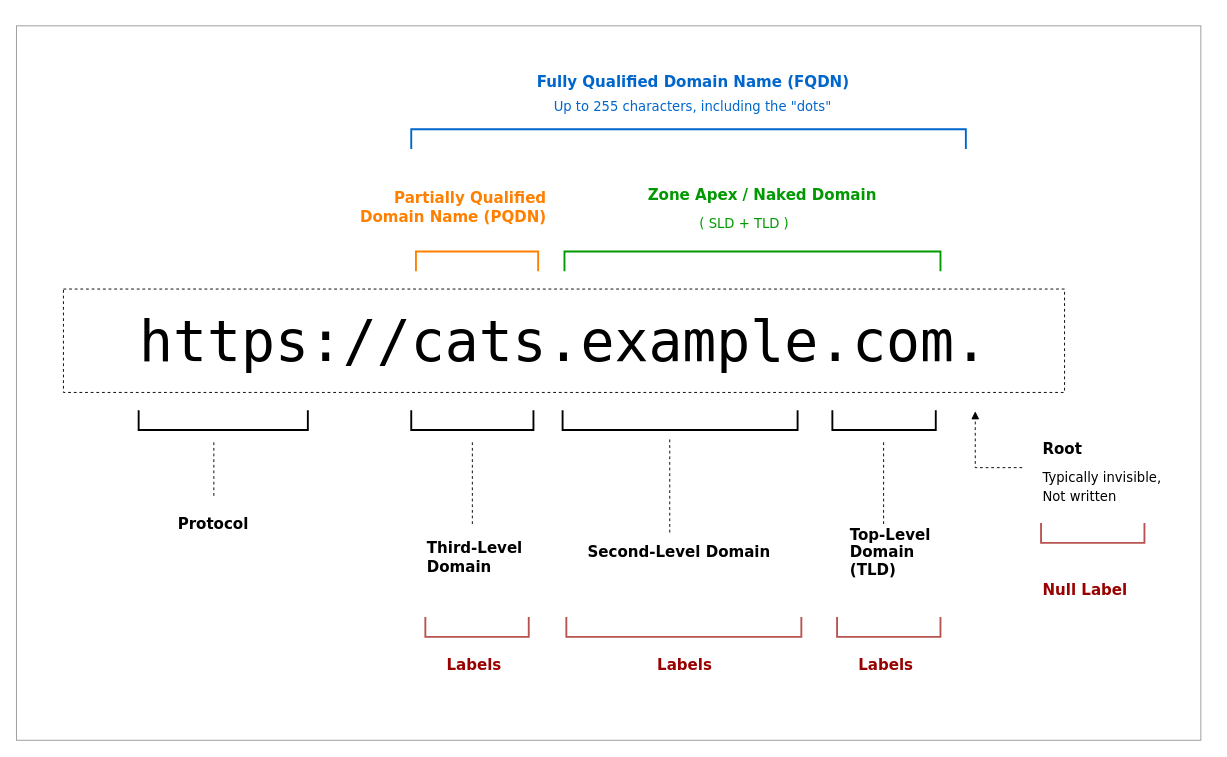
Above: page "basics-dns" (10 of 18) of assets/drawio/all-things-network.drawio in joseeden/joeden (draw.io), before the change. Source tidied: cells renumbered, new cells numbered last; positions are measured from the earlier drawing's top-left corner, leaving out a move shared by most shapes. Both pictures are drawn from the tidied source at 94%, with x=0, y=0 at pixel (16, 25).
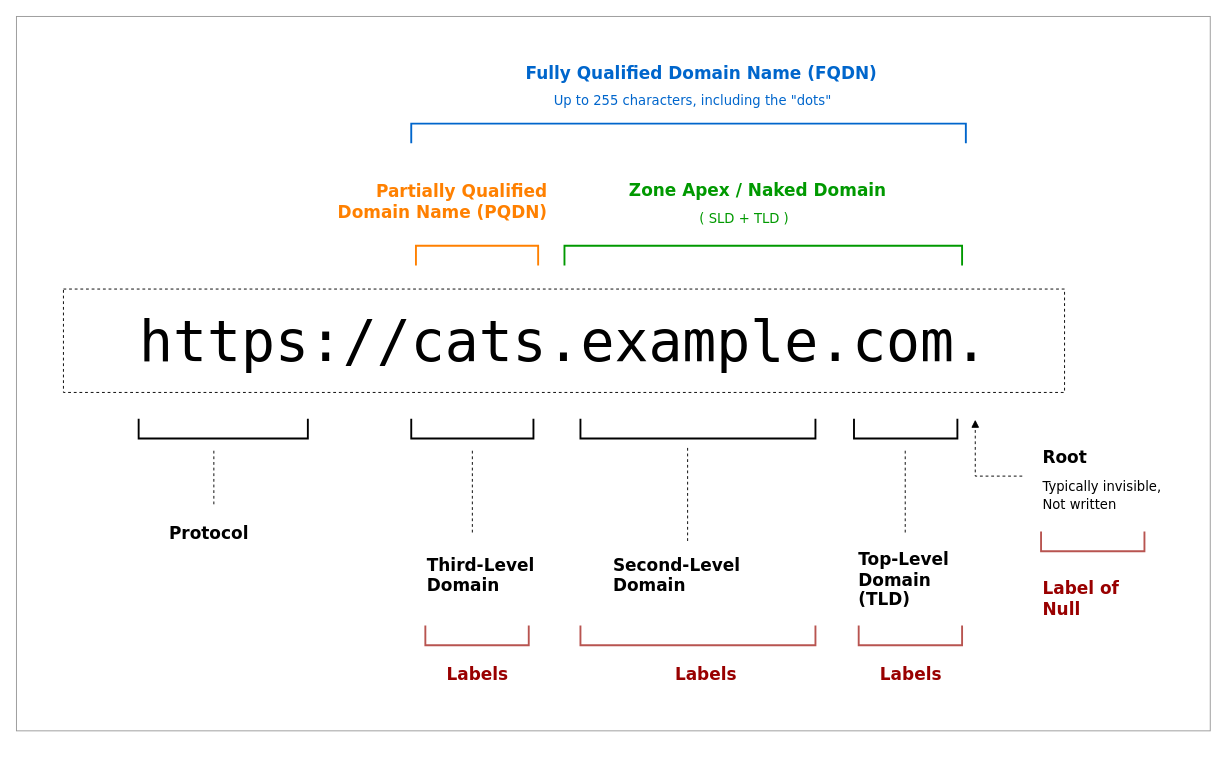
The same page after the edit.

What changed in the source:
```diff
@@
     <mxCell id="2" style="rounded=0;whiteSpace=wrap;html=1;strokeColor=#999999;" parent="1" vertex="1">
-      <mxGeometry width="1260" height="760" as="geometry" />
+      <mxGeometry y="-10" width="1270" height="760" as="geometry" />
     </mxCell>
@@
     <mxCell id="4" style="endArrow=block;html=1;rounded=0;dashed=1;strokeWidth=1;endFill=1;" parent="1" edge="1">
       <mxGeometry relative="1" as="geometry">
-        <mxPoint x="1070" y="470" as="sourcePoint" />
-        <mxPoint x="1020" y="410" as="targetPoint" />
+        <mxPoint x="1070" y="479" as="sourcePoint" />
+        <mxPoint x="1020" y="419" as="targetPoint" />
         <Array as="points">
-          <mxPoint x="1020" y="470" />
+          <mxPoint x="1020" y="479" />
         </Array>
       </mxGeometry>
     </mxCell>
-    <mxCell id="5" value="&lt;b&gt;Root&lt;/b&gt;" style="rounded=0;whiteSpace=wrap;html=1;fillColor=none;strokeColor=none;fontSize=16;fontFamily=Verdana;align=left;" parent="1" vertex="1">
-      <mxGeometry x="1090" y="420" width="120" height="60" as="geometry" />
+    <mxCell id="5" value="&lt;b&gt;Root&lt;/b&gt;" style="rounded=0;whiteSpace=wrap;html=1;fillColor=none;strokeColor=none;fontSize=18;fontFamily=Verdana;align=left;" parent="1" vertex="1">
+      <mxGeometry x="1090" y="429" width="120" height="60" as="geometry" />
     </mxCell>
     <mxCell id="6" value="&lt;font style=&quot;font-size: 14px;&quot;&gt;Typically invisible,&lt;/font&gt;&lt;div&gt;&lt;font style=&quot;font-size: 14px;&quot;&gt;Not written&lt;/font&gt;&lt;/div&gt;" style="rounded=0;whiteSpace=wrap;html=1;fillColor=none;strokeColor=none;fontSize=16;fontFamily=Verdana;align=left;" parent="1" vertex="1">
-      <mxGeometry x="1090" y="460" width="170" height="60" as="geometry" />
+      <mxGeometry x="1090" y="469" width="170" height="60" as="geometry" />
     </mxCell>
     <mxCell id="7" style="endArrow=none;html=1;rounded=0;dashed=1;" parent="1" edge="1">
       <mxGeometry relative="1" as="geometry">
-        <mxPoint x="922.5" y="530" as="sourcePoint" />
-        <mxPoint x="922.5" y="440" as="targetPoint" />
+        <mxPoint x="945.5" y="539" as="sourcePoint" />
+        <mxPoint x="945.5" y="449" as="targetPoint" />
       </mxGeometry>
     </mxCell>
-    <mxCell id="8" value="&lt;b&gt;Top-Level Domain &lt;br&gt;(TLD)&lt;/b&gt;" style="rounded=0;whiteSpace=wrap;html=1;fillColor=none;strokeColor=none;fontSize=16;fontFamily=Verdana;align=left;" parent="1" vertex="1">
-      <mxGeometry x="885" y="530" width="160" height="60" as="geometry" />
+    <mxCell id="8" value="&lt;b&gt;Top-Level Domain &lt;br&gt;(TLD)&lt;/b&gt;" style="rounded=0;whiteSpace=wrap;html=1;fillColor=none;strokeColor=none;fontSize=18;fontFamily=Verdana;align=left;" parent="1" vertex="1">
+      <mxGeometry x="893.5" y="559" width="115" height="60" as="geometry" />
     </mxCell>
     <mxCell id="9" style="shape=partialRectangle;whiteSpace=wrap;html=1;bottom=1;right=1;left=1;top=0;fillColor=none;routingCenterX=-0.5;fontSize=16;strokeWidth=2;" parent="1" vertex="1">
-      <mxGeometry x="868" y="410" width="110" height="20" as="geometry" />
+      <mxGeometry x="891" y="419" width="110" height="20" as="geometry" />
     </mxCell>
     <mxCell id="10" style="shape=partialRectangle;whiteSpace=wrap;html=1;bottom=1;right=1;left=1;top=0;fillColor=none;routingCenterX=-0.5;fontSize=16;strokeWidth=2;" parent="1" vertex="1">
-      <mxGeometry x="581" y="410" width="250" height="20" as="geometry" />
+      <mxGeometry x="600" y="419" width="250" height="20" as="geometry" />
     </mxCell>
     <mxCell id="11" style="endArrow=none;html=1;rounded=0;dashed=1;" parent="1" edge="1">
       <mxGeometry relative="1" as="geometry">
-        <mxPoint x="695" y="539" as="sourcePoint" />
-        <mxPoint x="695" y="440" as="targetPoint" />
+        <mxPoint x="714" y="548" as="sourcePoint" />
+        <mxPoint x="714" y="449" as="targetPoint" />
       </mxGeometry>
     </mxCell>
-    <mxCell id="12" value="&lt;b&gt;Second-Level Domain&lt;/b&gt;" style="rounded=0;whiteSpace=wrap;html=1;fillColor=none;strokeColor=none;fontSize=16;fontFamily=Verdana;align=left;" parent="1" vertex="1">
-      <mxGeometry x="606" y="530" width="200" height="60" as="geometry" />
+    <mxCell id="12" value="&lt;b&gt;Second-Level Domain&lt;/b&gt;" style="rounded=0;whiteSpace=wrap;html=1;fillColor=none;strokeColor=none;fontSize=18;fontFamily=Verdana;align=left;" parent="1" vertex="1">
+      <mxGeometry x="632.8" y="554" width="200" height="60" as="geometry" />
     </mxCell>
     <mxCell id="13" style="shape=partialRectangle;whiteSpace=wrap;html=1;bottom=1;right=1;left=1;top=0;fillColor=none;routingCenterX=-0.5;fontSize=16;strokeWidth=2;" parent="1" vertex="1">
-      <mxGeometry x="420" y="410" width="130" height="20" as="geometry" />
+      <mxGeometry x="420" y="419" width="130" height="20" as="geometry" />
     </mxCell>
     <mxCell id="14" style="endArrow=none;html=1;rounded=0;dashed=1;" parent="1" edge="1">
       <mxGeometry relative="1" as="geometry">
-        <mxPoint x="485" y="530" as="sourcePoint" />
-        <mxPoint x="485" y="440" as="targetPoint" />
+        <mxPoint x="485" y="539" as="sourcePoint" />
+        <mxPoint x="485" y="449" as="targetPoint" />
       </mxGeometry>
     </mxCell>
     <mxCell id="15" style="shape=partialRectangle;whiteSpace=wrap;html=1;bottom=1;right=1;left=1;top=0;fillColor=none;routingCenterX=-0.5;fontSize=16;strokeWidth=2;strokeColor=#009900;rotation=-180;" parent="1" vertex="1">
-      <mxGeometry x="583" y="240" width="400" height="20" as="geometry" />
+      <mxGeometry x="583" y="234" width="423" height="20" as="geometry" />
     </mxCell>
     <mxCell id="16" style="group;" parent="1" vertex="1">
-      <mxGeometry x="673" y="150" width="260" height="75" as="geometry" />
+      <mxGeometry x="673" y="144" width="300" height="75" as="geometry" />
     </mxCell>
-    <mxCell id="17" value="&lt;font style=&quot;color: rgb(0, 153, 0);&quot;&gt;&lt;b style=&quot;&quot;&gt;Zone Apex / Naked Domain&lt;/b&gt;&lt;/font&gt;" style="rounded=0;whiteSpace=wrap;html=1;fillColor=none;strokeColor=none;fontSize=16;fontFamily=Verdana;align=left;" parent="16" vertex="1">
-      <mxGeometry x="-3" width="260" height="60" as="geometry" />
+    <mxCell id="17" value="&lt;font style=&quot;color: rgb(0, 153, 0);&quot;&gt;&lt;b&gt;Zone Apex / Naked Domain&lt;/b&gt;&lt;/font&gt;" style="rounded=0;whiteSpace=wrap;html=1;fillColor=none;strokeColor=none;fontSize=18;fontFamily=Verdana;align=left;" parent="16" vertex="1">
+      <mxGeometry x="-23" width="303" height="60" as="geometry" />
     </mxCell>
@@
     <mxCell id="19" style="shape=partialRectangle;whiteSpace=wrap;html=1;bottom=1;right=1;left=1;top=0;fillColor=none;routingCenterX=-0.5;fontSize=16;strokeWidth=2;" parent="1" vertex="1">
-      <mxGeometry x="130" y="410" width="180" height="20" as="geometry" />
+      <mxGeometry x="130" y="419" width="180" height="20" as="geometry" />
     </mxCell>
     <mxCell id="20" style="endArrow=none;html=1;rounded=0;dashed=1;" parent="1" edge="1">
       <mxGeometry relative="1" as="geometry">
-        <mxPoint x="210" y="500" as="sourcePoint" />
-        <mxPoint x="210" y="440" as="targetPoint" />
+        <mxPoint x="210" y="509" as="sourcePoint" />
+        <mxPoint x="210" y="449" as="targetPoint" />
       </mxGeometry>
     </mxCell>
-    <mxCell id="21" value="&lt;div&gt;&lt;b&gt;Protocol&lt;/b&gt;&lt;/div&gt;" style="rounded=0;whiteSpace=wrap;html=1;fillColor=none;strokeColor=none;fontSize=16;fontFamily=Verdana;align=left;" parent="1" vertex="1">
-      <mxGeometry x="170" y="500" width="80" height="60" as="geometry" />
+    <mxCell id="21" value="&lt;div&gt;&lt;b&gt;Protocol&lt;/b&gt;&lt;/div&gt;" style="rounded=0;whiteSpace=wrap;html=1;fillColor=none;strokeColor=none;fontSize=18;fontFamily=Verdana;align=center;" parent="1" vertex="1">
+      <mxGeometry x="140" y="509" width="130" height="60" as="geometry" />
     </mxCell>
     <mxCell id="22" style="shape=partialRectangle;whiteSpace=wrap;html=1;bottom=1;right=1;left=1;top=0;fillColor=none;routingCenterX=-0.5;fontSize=16;strokeWidth=2;strokeColor=#b85450;" parent="1" vertex="1">
-      <mxGeometry x="435" y="630" width="110" height="20" as="geometry" />
+      <mxGeometry x="435" y="639" width="110" height="20" as="geometry" />
     </mxCell>
     <mxCell id="23" style="shape=partialRectangle;whiteSpace=wrap;html=1;bottom=1;right=1;left=1;top=0;fillColor=none;routingCenterX=-0.5;fontSize=16;strokeWidth=2;strokeColor=#b85450;" parent="1" vertex="1">
-      <mxGeometry x="585" y="630" width="250" height="20" as="geometry" />
+      <mxGeometry x="600" y="639" width="250" height="20" as="geometry" />
     </mxCell>
     <mxCell id="24" style="shape=partialRectangle;whiteSpace=wrap;html=1;bottom=1;right=1;left=1;top=0;fillColor=none;routingCenterX=-0.5;fontSize=16;strokeWidth=2;strokeColor=#b85450;" parent="1" vertex="1">
-      <mxGeometry x="873" y="630" width="110" height="20" as="geometry" />
+      <mxGeometry x="896" y="639" width="110" height="20" as="geometry" />
     </mxCell>
-    <mxCell id="25" value="&lt;b&gt;&lt;font style=&quot;color: rgb(153, 0, 0);&quot;&gt;Labels&lt;/font&gt;&lt;/b&gt;" style="rounded=0;whiteSpace=wrap;html=1;fillColor=none;strokeColor=none;fontSize=16;fontFamily=Verdana;align=left;" parent="1" vertex="1">
-      <mxGeometry x="456.2" y="650" width="67.5" height="60" as="geometry" />
+    <mxCell id="25" value="&lt;b&gt;&lt;font style=&quot;color: rgb(153, 0, 0);&quot;&gt;Labels&lt;/font&gt;&lt;/b&gt;" style="rounded=0;whiteSpace=wrap;html=1;fillColor=none;strokeColor=none;fontSize=18;fontFamily=Verdana;align=left;" parent="1" vertex="1">
+      <mxGeometry x="456.2" y="659" width="67.5" height="60" as="geometry" />
     </mxCell>
-    <mxCell id="26" value="&lt;b&gt;&lt;font style=&quot;color: rgb(153, 0, 0);&quot;&gt;Labels&lt;/font&gt;&lt;/b&gt;" style="rounded=0;whiteSpace=wrap;html=1;fillColor=none;strokeColor=none;fontSize=16;fontFamily=Verdana;align=left;" parent="1" vertex="1">
-      <mxGeometry x="680" y="650" width="67.5" height="60" as="geometry" />
+    <mxCell id="26" value="&lt;b&gt;&lt;font style=&quot;color: rgb(153, 0, 0);&quot;&gt;Labels&lt;/font&gt;&lt;/b&gt;" style="rounded=0;whiteSpace=wrap;html=1;fillColor=none;strokeColor=none;fontSize=18;fontFamily=Verdana;align=left;" parent="1" vertex="1">
+      <mxGeometry x="699" y="659" width="67.5" height="60" as="geometry" />
     </mxCell>
-    <mxCell id="27" value="&lt;b&gt;&lt;font style=&quot;color: rgb(153, 0, 0);&quot;&gt;Labels&lt;/font&gt;&lt;/b&gt;" style="rounded=0;whiteSpace=wrap;html=1;fillColor=none;strokeColor=none;fontSize=16;fontFamily=Verdana;align=left;" parent="1" vertex="1">
-      <mxGeometry x="894.2" y="650" width="67.5" height="60" as="geometry" />
+    <mxCell id="27" value="&lt;b&gt;&lt;font style=&quot;color: rgb(153, 0, 0);&quot;&gt;Labels&lt;/font&gt;&lt;/b&gt;" style="rounded=0;whiteSpace=wrap;html=1;fillColor=none;strokeColor=none;fontSize=18;fontFamily=Verdana;align=left;" parent="1" vertex="1">
+      <mxGeometry x="917.2" y="659" width="67.5" height="60" as="geometry" />
     </mxCell>
-    <mxCell id="28" value="&lt;b&gt;&lt;font style=&quot;color: rgb(153, 0, 0);&quot;&gt;Null Label&lt;/font&gt;&lt;/b&gt;" style="rounded=0;whiteSpace=wrap;html=1;fillColor=none;strokeColor=none;fontSize=16;fontFamily=Verdana;align=left;" parent="1" vertex="1">
-      <mxGeometry x="1090" y="570" width="110" height="60" as="geometry" />
+    <mxCell id="28" value="&lt;b&gt;&lt;font style=&quot;color: rgb(153, 0, 0);&quot;&gt;Label of Null&lt;/font&gt;&lt;/b&gt;" style="rounded=0;whiteSpace=wrap;html=1;fillColor=none;strokeColor=none;fontSize=18;fontFamily=Verdana;align=left;" parent="1" vertex="1">
+      <mxGeometry x="1090" y="579" width="120" height="60" as="geometry" />
     </mxCell>
     <mxCell id="29" style="shape=partialRectangle;whiteSpace=wrap;html=1;bottom=1;right=1;left=1;top=0;fillColor=none;routingCenterX=-0.5;fontSize=16;strokeWidth=2;strokeColor=#b85450;" parent="1" vertex="1">
-      <mxGeometry x="1090" y="530" width="110" height="20" as="geometry" />
+      <mxGeometry x="1090" y="539" width="110" height="20" as="geometry" />
     </mxCell>
     <mxCell id="30" style="shape=partialRectangle;whiteSpace=wrap;html=1;bottom=1;right=1;left=1;top=0;fillColor=none;routingCenterX=-0.5;fontSize=16;strokeWidth=2;strokeColor=#0066CC;rotation=-180;" parent="1" vertex="1">
-      <mxGeometry x="420" y="110" width="590" height="20" as="geometry" />
+      <mxGeometry x="420" y="104" width="590" height="20" as="geometry" />
     </mxCell>
     <mxCell id="31" style="group;fontColor=#004C99;" parent="1" vertex="1">
-      <mxGeometry x="555" y="30" width="420" height="75" as="geometry" />
+      <mxGeometry x="555" y="24" width="420" height="75" as="geometry" />
     </mxCell>
-    <mxCell id="32" value="&lt;font style=&quot;&quot;&gt;&lt;b style=&quot;&quot;&gt;Fully Qualified Domain Name (FQDN)&lt;/b&gt;&lt;/font&gt;" style="rounded=0;whiteSpace=wrap;html=1;fillColor=none;strokeColor=none;fontSize=16;fontFamily=Verdana;align=left;fontColor=#0066CC;" parent="31" vertex="1">
-      <mxGeometry x="-3" width="353" height="60" as="geometry" />
+    <mxCell id="32" value="&lt;font&gt;&lt;b&gt;Fully Qualified Domain Name (FQDN)&lt;/b&gt;&lt;/font&gt;" style="rounded=0;whiteSpace=wrap;html=1;fillColor=none;strokeColor=none;fontSize=18;fontFamily=Verdana;align=left;fontColor=#0066CC;" parent="31" vertex="1">
+      <mxGeometry x="-15" y="-4" width="400" height="60" as="geometry" />
     </mxCell>
@@
     <mxCell id="34" style="group;fontColor=#CCCC00;align=left;" parent="1" vertex="1">
-      <mxGeometry x="175" y="150" width="380" height="90" as="geometry" />
+      <mxGeometry x="175" y="144" width="391.7" height="90" as="geometry" />
     </mxCell>
-    <mxCell id="35" value="&lt;font style=&quot;color: rgb(255, 128, 0);&quot;&gt;&lt;b style=&quot;&quot;&gt;Partially Qualified &lt;br&gt;Domain Name (PQDN)&lt;/b&gt;&lt;/font&gt;" style="rounded=0;whiteSpace=wrap;html=1;fillColor=none;strokeColor=none;fontSize=16;fontFamily=Verdana;align=right;" parent="34" vertex="1">
-      <mxGeometry x="168.3" y="12.5" width="223.3" height="60" as="geometry" />
+    <mxCell id="35" value="&lt;font style=&quot;color: rgb(255, 128, 0);&quot;&gt;&lt;b&gt;Partially Qualified &lt;br&gt;Domain Name (PQDN)&lt;/b&gt;&lt;/font&gt;" style="rounded=0;whiteSpace=wrap;html=1;fillColor=none;strokeColor=none;fontSize=18;fontFamily=Verdana;align=right;" parent="34" vertex="1">
+      <mxGeometry x="150" y="12.5" width="241.7" height="60" as="geometry" />
     </mxCell>
@@
-    <mxCell id="37" value="&lt;div&gt;&lt;b&gt;&lt;br&gt;&lt;/b&gt;&lt;/div&gt;&lt;b&gt;Third-Level &lt;br&gt;Domain &lt;/b&gt;&lt;div&gt;&lt;br&gt;&lt;/div&gt;" style="rounded=0;whiteSpace=wrap;html=1;fillColor=default;strokeColor=none;fontSize=16;fontFamily=Verdana;align=left;" parent="1" vertex="1">
-      <mxGeometry x="435" y="530" width="120" height="70" as="geometry" />
+    <mxCell id="37" value="&lt;div&gt;&lt;b&gt;&lt;br&gt;&lt;/b&gt;&lt;/div&gt;&lt;b&gt;Third-Level &lt;br&gt;Domain &lt;/b&gt;&lt;div&gt;&lt;br&gt;&lt;/div&gt;" style="rounded=0;whiteSpace=wrap;html=1;fillColor=default;strokeColor=none;fontSize=18;fontFamily=Verdana;align=left;" parent="1" vertex="1">
+      <mxGeometry x="435" y="549" width="145" height="70" as="geometry" />
     </mxCell>
```
